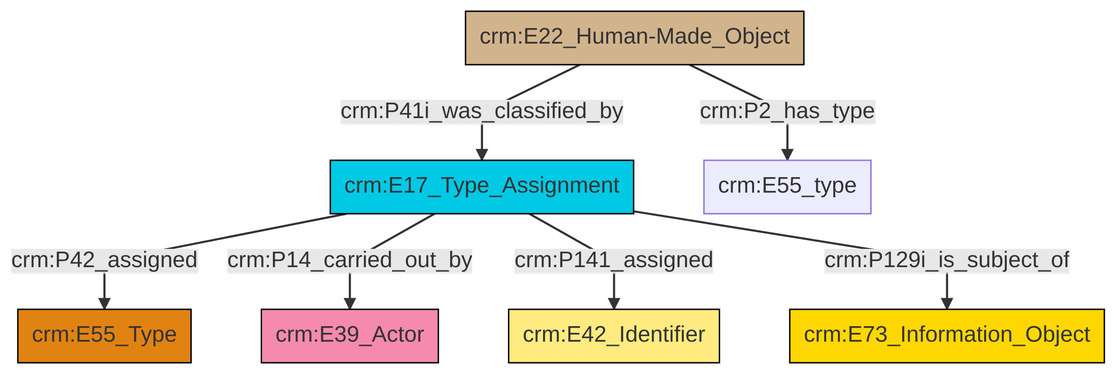
Before: et/builtWorkCSV/ttl/mmd/png/Built_Work_designation_status.png, a diagram exported from Mermaid (swiss-art-research-net/reference-data-models). Its source is kept beside it as et/builtWorkCSV/ttl/mmd/Built_Work_designation_status.ttl.mmd. Its diagram source:
```mermaid
graph TD
classDef Literal fill:#f2f2f2,stroke:#000000;
classDef CRM_Entity fill:#FFFFFF,stroke:#000000;
classDef Temporal_Entity fill:#00C9E6, stroke:#000000;
classDef Type fill:#E18312, stroke:#000000;
classDef Time-Span fill:#2C9C91, stroke:#000000;
classDef Appellation fill:#FFEB7F, stroke:#000000;
classDef Place fill:#008836, stroke:#000000;
classDef Persistent_Item fill:#B266B2, stroke:#000000;
classDef Conceptual_Object fill:#FFD700, stroke:#000000;
classDef Physical_Thing fill:#D2B48C, stroke:#000000;
classDef Actor fill:#f58aad, stroke:#000000;
classDef PC_Classes fill:#4ce600, stroke:#000000;
classDef Multi fill:#cccccc,stroke:#000000;

0["crm:E17_Type_Assignment"]:::Temporal_Entity -->|crm:P42_assigned| 2["crm:E55_Type"]:::Type
0["crm:E17_Type_Assignment"]:::Temporal_Entity -->|crm:P14_carried_out_by| 3["crm:E39_Actor"]:::Actor
0["crm:E17_Type_Assignment"]:::Temporal_Entity -->|crm:P141_assigned| 7["crm:E42_Identifier"]:::Appellation
0["crm:E17_Type_Assignment"]:::Temporal_Entity -->|crm:P129i_is_subject_of| 5["crm:E73_Information_Object"]:::Conceptual_Object
10["crm:E22_Human-Made_Object"]:::Physical_Thing -->|crm:P2_has_type| 8["crm:E55_type"]:::Default
10["crm:E22_Human-Made_Object"]:::Physical_Thing -->|crm:P41i_was_classified_by| 0["crm:E17_Type_Assignment"]:::Temporal_Entity
```
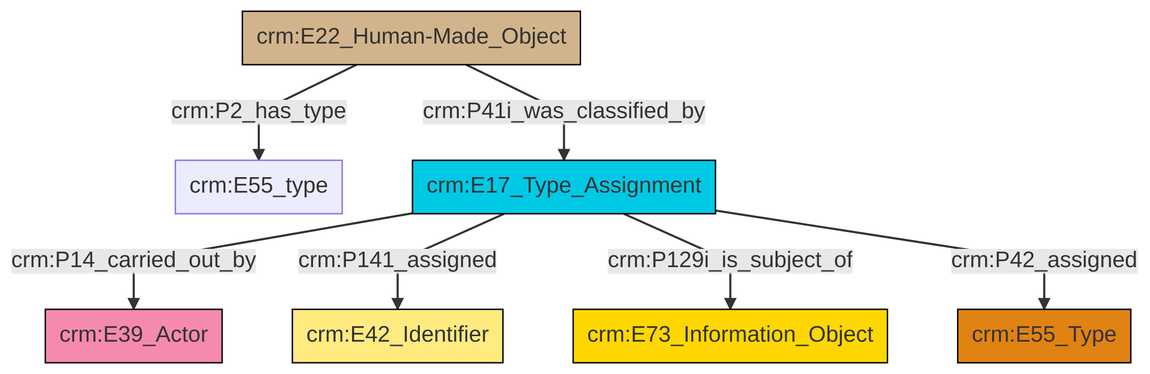
The same diagram one commit later.

Change to the diagram source:
```diff
@@ -13,9 +13,9 @@
 classDef PC_Classes fill:#4ce600, stroke:#000000;
 classDef Multi fill:#cccccc,stroke:#000000;
 
-0["crm:E17_Type_Assignment"]:::Temporal_Entity -->|crm:P42_assigned| 2["crm:E55_Type"]:::Type
-0["crm:E17_Type_Assignment"]:::Temporal_Entity -->|crm:P14_carried_out_by| 3["crm:E39_Actor"]:::Actor
-0["crm:E17_Type_Assignment"]:::Temporal_Entity -->|crm:P141_assigned| 7["crm:E42_Identifier"]:::Appellation
-0["crm:E17_Type_Assignment"]:::Temporal_Entity -->|crm:P129i_is_subject_of| 5["crm:E73_Information_Object"]:::Conceptual_Object
-10["crm:E22_Human-Made_Object"]:::Physical_Thing -->|crm:P2_has_type| 8["crm:E55_type"]:::Default
-10["crm:E22_Human-Made_Object"]:::Physical_Thing -->|crm:P41i_was_classified_by| 0["crm:E17_Type_Assignment"]:::Temporal_Entity
+6["crm:E17_Type_Assignment"]:::Temporal_Entity -->|crm:P14_carried_out_by| 7["crm:E39_Actor"]:::Actor
+6["crm:E17_Type_Assignment"]:::Temporal_Entity -->|crm:P141_assigned| 0["crm:E42_Identifier"]:::Appellation
+8["crm:E22_Human-Made_Object"]:::Physical_Thing -->|crm:P2_has_type| 2["crm:E55_type"]:::Default
+8["crm:E22_Human-Made_Object"]:::Physical_Thing -->|crm:P41i_was_classified_by| 6["crm:E17_Type_Assignment"]:::Temporal_Entity
+6["crm:E17_Type_Assignment"]:::Temporal_Entity -->|crm:P129i_is_subject_of| 12["crm:E73_Information_Object"]:::Conceptual_Object
+6["crm:E17_Type_Assignment"]:::Temporal_Entity -->|crm:P42_assigned| 4["crm:E55_Type"]:::Type
```
